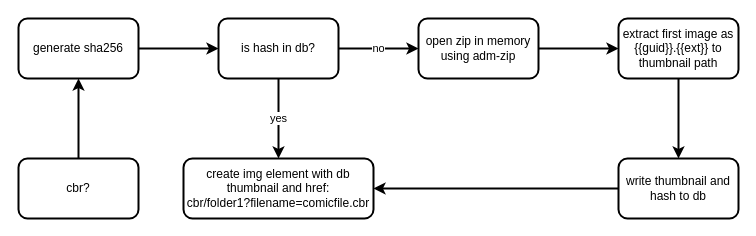
Earlier version of the draw.io diagram Image Server CBR Handler.drawio (scpedicini/image-server). Source tidied: cells renumbered, new cells numbered last; positions are measured from the earlier drawing's top-left corner, leaving out a move shared by most shapes. Both pictures are drawn from the tidied source at 100%, with x=0, y=0 at pixel (18, 18).
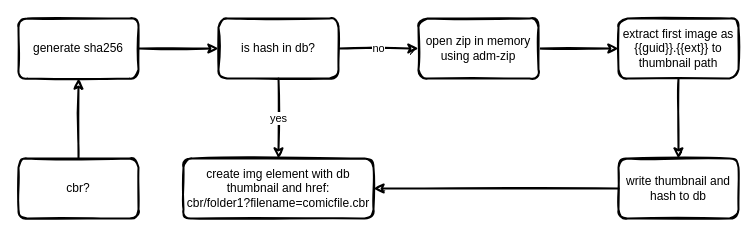
After the change.

The edit, as a diff of the source:
```diff
@@
 <mxGraphModel>
   <root>
     <mxCell id="0" />
     <mxCell id="1" parent="0" />
-    <mxCell id="2" style="edgeStyle=orthogonalEdgeStyle;curved=0;rounded=1;sketch=0;jettySize=auto;html=1;strokeWidth=2;" parent="1" edge="1" source="3" target="5">
+    <mxCell id="2" style="edgeStyle=orthogonalEdgeStyle;rounded=1;sketch=1;jettySize=auto;html=1;strokeWidth=2;" parent="1" edge="1" source="3" target="5">
       <mxGeometry relative="1" as="geometry" />
     </mxCell>
-    <mxCell id="3" value="cbr?" style="rounded=1;whiteSpace=wrap;html=1;sketch=0;strokeWidth=2;" parent="1" vertex="1">
+    <mxCell id="3" value="cbr?" style="rounded=1;whiteSpace=wrap;html=1;sketch=1;strokeWidth=2;" parent="1" vertex="1">
       <mxGeometry y="140" width="120" height="60" as="geometry" />
     </mxCell>
-    <mxCell id="4" style="edgeStyle=orthogonalEdgeStyle;curved=0;rounded=1;sketch=0;jettySize=auto;html=1;strokeWidth=2;" parent="1" edge="1" source="5" target="8">
+    <mxCell id="4" style="edgeStyle=orthogonalEdgeStyle;rounded=1;sketch=1;jettySize=auto;html=1;strokeWidth=2;" parent="1" edge="1" source="5" target="8">
       <mxGeometry relative="1" as="geometry" />
     </mxCell>
-    <mxCell id="5" value="generate sha256" style="rounded=1;whiteSpace=wrap;html=1;sketch=0;strokeWidth=2;" parent="1" vertex="1">
+    <mxCell id="5" value="generate sha256" style="rounded=1;whiteSpace=wrap;html=1;sketch=1;strokeWidth=2;" parent="1" vertex="1">
       <mxGeometry width="120" height="60" as="geometry" />
     </mxCell>
-    <mxCell id="6" value="yes" style="edgeStyle=orthogonalEdgeStyle;curved=0;rounded=1;sketch=0;jettySize=auto;html=1;strokeWidth=2;" parent="1" edge="1" source="8" target="9">
+    <mxCell id="6" value="yes" style="edgeStyle=orthogonalEdgeStyle;rounded=1;sketch=1;jettySize=auto;html=1;strokeWidth=2;" parent="1" edge="1" source="8" target="9">
       <mxGeometry relative="1" as="geometry" />
     </mxCell>
-    <mxCell id="7" value="no" style="edgeStyle=orthogonalEdgeStyle;curved=0;rounded=1;sketch=0;jettySize=auto;html=1;strokeWidth=2;" parent="1" edge="1" source="8" target="11">
+    <mxCell id="7" value="no" style="edgeStyle=orthogonalEdgeStyle;rounded=1;sketch=1;jettySize=auto;html=1;strokeWidth=2;" parent="1" edge="1" source="8" target="11">
       <mxGeometry relative="1" as="geometry" />
     </mxCell>
-    <mxCell id="8" value="is hash in db?" style="rounded=1;whiteSpace=wrap;html=1;sketch=0;strokeWidth=2;" parent="1" vertex="1">
+    <mxCell id="8" value="is hash in db?" style="rounded=1;whiteSpace=wrap;html=1;sketch=1;strokeWidth=2;" parent="1" vertex="1">
       <mxGeometry x="200" width="120" height="60" as="geometry" />
     </mxCell>
-    <mxCell id="9" value="create img element with db thumbnail and href:&lt;br&gt;cbr/folder1?filename=comicfile.cbr" style="rounded=1;whiteSpace=wrap;html=1;sketch=0;strokeWidth=2;" parent="1" vertex="1">
+    <mxCell id="9" value="create img element with db thumbnail and href:&lt;br&gt;cbr/folder1?filename=comicfile.cbr" style="rounded=1;whiteSpace=wrap;html=1;sketch=1;strokeWidth=2;" parent="1" vertex="1">
       <mxGeometry x="165" y="140" width="190" height="60" as="geometry" />
     </mxCell>
-    <mxCell id="10" style="edgeStyle=orthogonalEdgeStyle;curved=0;rounded=1;sketch=0;jettySize=auto;html=1;strokeWidth=2;" parent="1" edge="1" source="11" target="13">
+    <mxCell id="10" style="edgeStyle=orthogonalEdgeStyle;rounded=1;sketch=1;jettySize=auto;html=1;strokeWidth=2;" parent="1" edge="1" source="11" target="13">
       <mxGeometry relative="1" as="geometry" />
     </mxCell>
-    <mxCell id="11" value="open zip in memory using adm-zip" style="rounded=1;whiteSpace=wrap;html=1;sketch=0;strokeWidth=2;" parent="1" vertex="1">
+    <mxCell id="11" value="open zip in memory using adm-zip" style="rounded=1;whiteSpace=wrap;html=1;sketch=1;strokeWidth=2;" parent="1" vertex="1">
       <mxGeometry x="400" width="120" height="60" as="geometry" />
     </mxCell>
-    <mxCell id="12" style="edgeStyle=orthogonalEdgeStyle;curved=0;rounded=1;sketch=0;jettySize=auto;html=1;strokeWidth=2;" parent="1" edge="1" source="13" target="15">
+    <mxCell id="12" style="edgeStyle=orthogonalEdgeStyle;rounded=1;sketch=1;jettySize=auto;html=1;strokeWidth=2;" parent="1" edge="1" source="13" target="15">
       <mxGeometry relative="1" as="geometry" />
     </mxCell>
-    <mxCell id="13" value="extract first image as {{guid}}.{{ext}} to thumbnail path" style="rounded=1;whiteSpace=wrap;html=1;sketch=0;strokeWidth=2;" parent="1" vertex="1">
+    <mxCell id="13" value="extract first image as {{guid}}.{{ext}} to thumbnail path" style="rounded=1;whiteSpace=wrap;html=1;sketch=1;strokeWidth=2;" parent="1" vertex="1">
       <mxGeometry x="600" width="120" height="60" as="geometry" />
     </mxCell>
-    <mxCell id="14" style="edgeStyle=orthogonalEdgeStyle;curved=0;rounded=1;sketch=0;jettySize=auto;html=1;entryX=1;entryY=0.5;entryDx=0;entryDy=0;strokeWidth=2;" parent="1" edge="1" source="15" target="9">
+    <mxCell id="14" style="edgeStyle=orthogonalEdgeStyle;rounded=1;sketch=1;jettySize=auto;html=1;entryX=1;entryY=0.5;entryDx=0;entryDy=0;strokeWidth=2;" parent="1" edge="1" source="15" target="9">
       <mxGeometry relative="1" as="geometry" />
     </mxCell>
-    <mxCell id="15" value="write thumbnail and hash to db" style="rounded=1;whiteSpace=wrap;html=1;sketch=0;strokeWidth=2;" parent="1" vertex="1">
+    <mxCell id="15" value="write thumbnail and hash to db" style="rounded=1;whiteSpace=wrap;html=1;sketch=1;strokeWidth=2;" parent="1" vertex="1">
       <mxGeometry x="600" y="140" width="120" height="60" as="geometry" />
     </mxCell>
   </root>
 </mxGraphModel>
```
